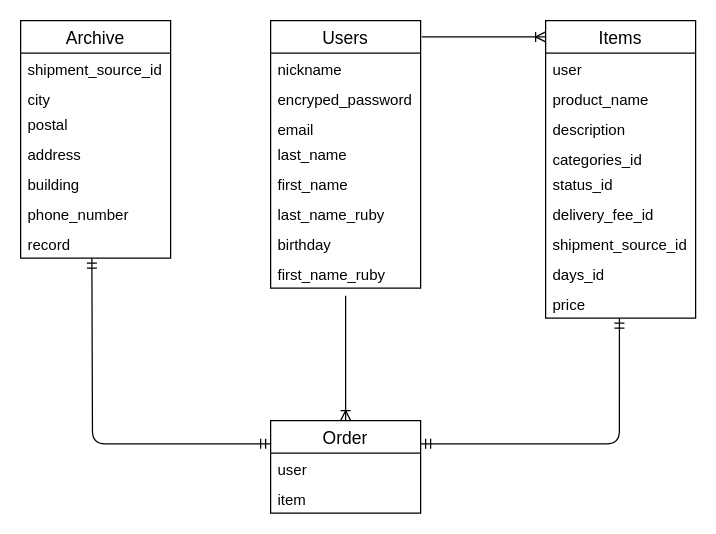
This is er.dio from huize-fumi/furima-35017, a draw.io file, before an edit. Source tidied: cells renumbered, new cells numbered last; positions are measured from the earlier drawing's top-left corner, leaving out a move shared by most shapes. Both pictures are drawn from the tidied source at 125%, with x=0, y=0 at pixel (20, 20).
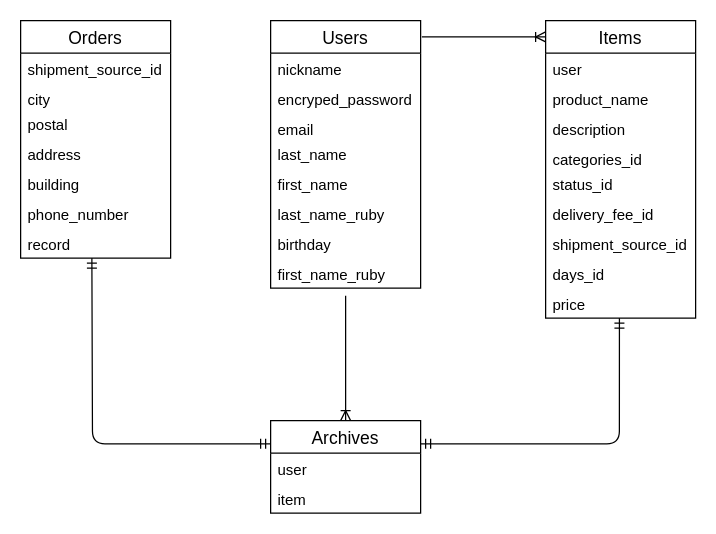
The same page after the edit.

Change to the diagram source:
```diff
@@
-    <mxCell id="21" value="Order" style="swimlane;fontStyle=0;horizontal=1;startSize=26;align=center;fontSize=14;" parent="1" vertex="1">
+    <mxCell id="21" value="Archives" style="swimlane;fontStyle=0;horizontal=1;startSize=26;align=center;fontSize=14;" parent="1" vertex="1">
       <mxGeometry x="200" y="320" width="120" height="74" as="geometry" />
     </mxCell>
@@
-    <mxCell id="24" value="Archive" style="swimlane;fontStyle=0;horizontal=1;startSize=26;align=center;fontSize=14;" parent="1" vertex="1">
+    <mxCell id="24" value="Orders" style="swimlane;fontStyle=0;horizontal=1;startSize=26;align=center;fontSize=14;" parent="1" vertex="1">
       <mxGeometry width="120" height="190" as="geometry" />
     </mxCell>
```
